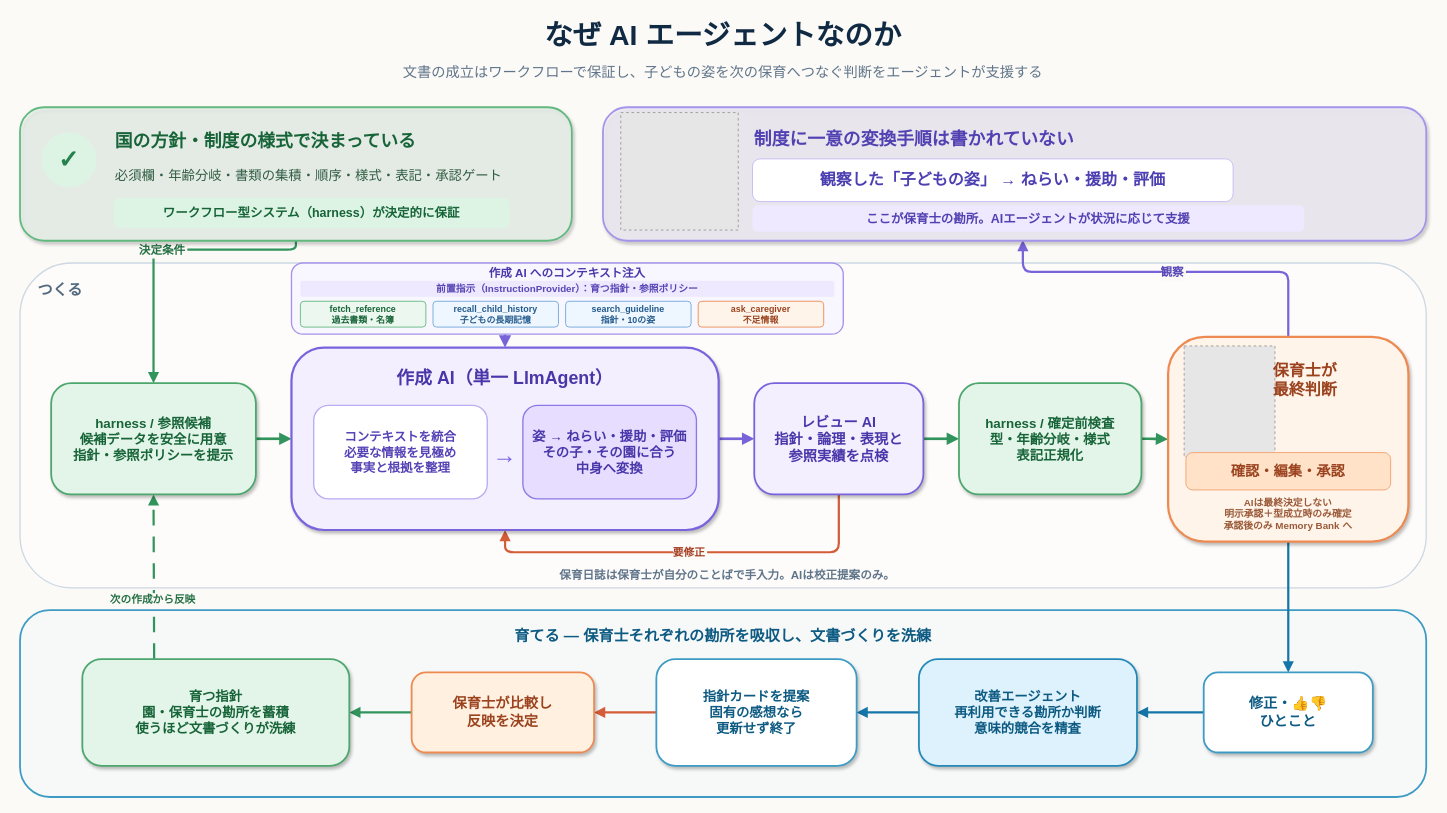
The draw.io diagram docs/agent-workflow.drawio in soichiGogo/hoiku-agent, before the edit. Source tidied: cells renumbered, new cells numbered last; positions are measured from the earlier drawing's top-left corner, leaving out a move shared by most shapes. Both pictures are drawn from the tidied source at 89%, with x=0, y=0 at pixel (20, 15). Pictures stored in the file or linked from it are replaced by grey dashed boxes.
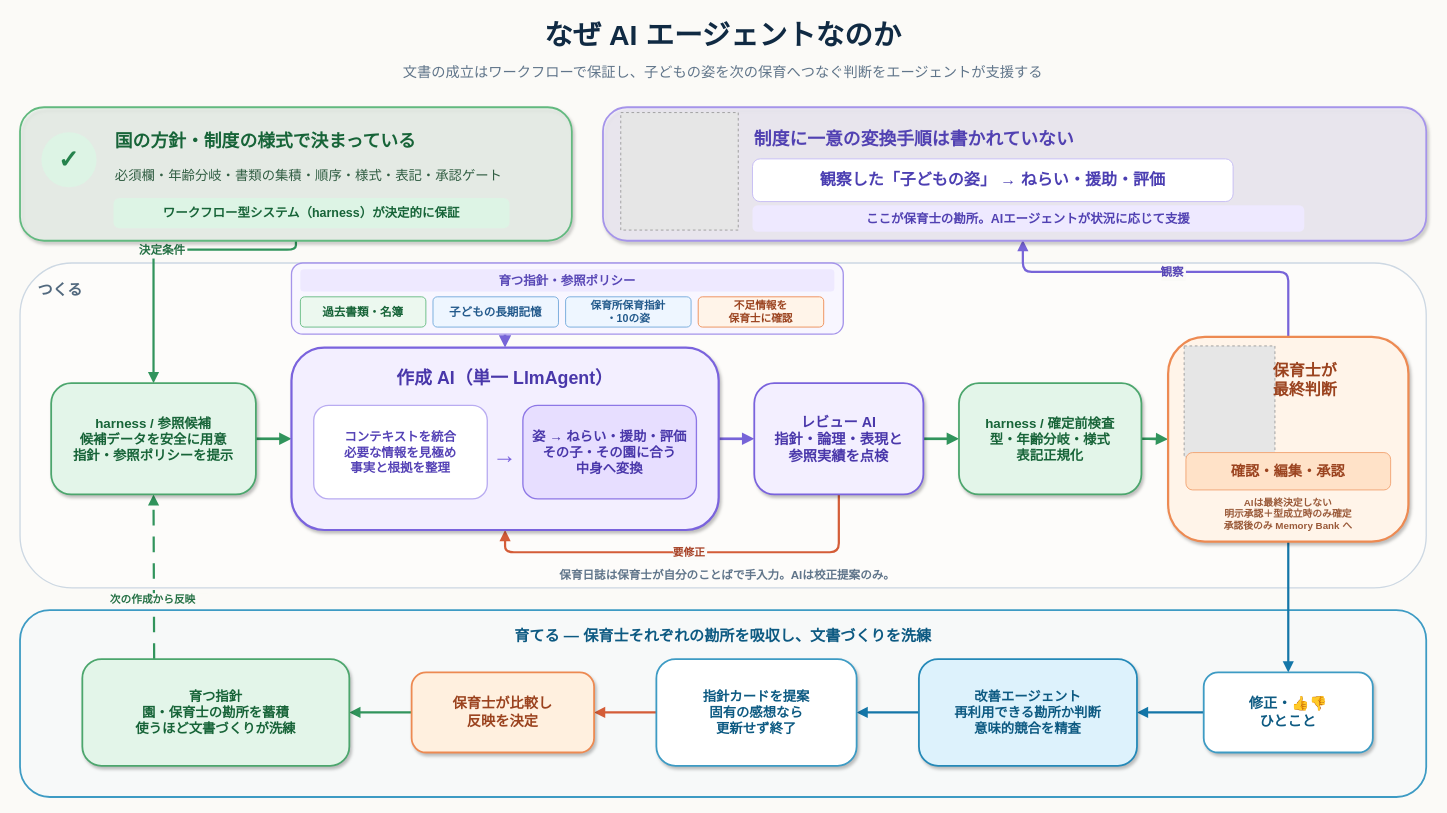
Above is the later version.

Unchanged cells that the change refers to:
```xml
<mxCell id="31" style="rounded=1;whiteSpace=wrap;html=0;fillColor=#F8F6FF;strokeColor=#A594EA;strokeWidth=1.5;arcSize=16;fontFamily=Helvetica;" parent="1" vertex="1">
  <mxGeometry x="305" y="278" width="620" height="80" as="geometry" />
</mxCell>
```

The edit, as a diff of the source:
```diff
@@
-    <mxCell id="32" value="作成 AI へのコンテキスト注入" style="text;html=0;strokeColor=none;fillColor=none;align=center;verticalAlign=middle;whiteSpace=wrap;fontColor=#4937AA;fontSize=13;fontStyle=1;fontFamily=Helvetica;" parent="31" vertex="1">
-      <mxGeometry x="10" y="2" width="600" height="17" as="geometry" />
-    </mxCell>
-    <mxCell id="33" value="前置指示（InstructionProvider）：育つ指針・参照ポリシー" style="rounded=1;whiteSpace=wrap;html=0;fillColor=#EEE9FF;strokeColor=none;arcSize=16;fontColor=#5847B6;fontSize=11;fontStyle=1;fontFamily=Helvetica;" parent="31" vertex="1">
-      <mxGeometry x="10" y="20" width="600" height="18" as="geometry" />
+    <mxCell id="33" value="育つ指針・参照ポリシー" style="rounded=1;whiteSpace=wrap;html=0;fillColor=#EEE9FF;strokeColor=none;arcSize=16;fontColor=#5847B6;fontSize=14;fontStyle=1;fontFamily=Helvetica;" parent="31" vertex="1">
+      <mxGeometry x="10" y="7" width="600" height="25" as="geometry" />
     </mxCell>
-    <mxCell id="34" value="fetch_reference&#10;過去書類・名簿" style="rounded=1;whiteSpace=wrap;html=0;fillColor=#ECF8EF;strokeColor=#62B97F;strokeWidth=1;arcSize=14;fontColor=#176438;fontSize=10;fontStyle=1;fontFamily=Helvetica;" parent="31" vertex="1">
-      <mxGeometry x="10" y="43" width="141" height="29" as="geometry" />
+    <mxCell id="34" value="過去書類・名簿" style="rounded=1;whiteSpace=wrap;html=0;fillColor=#ECF8EF;strokeColor=#62B97F;strokeWidth=1;arcSize=14;fontColor=#176438;fontSize=13;fontStyle=1;fontFamily=Helvetica;" parent="31" vertex="1">
+      <mxGeometry x="10" y="38" width="141" height="34" as="geometry" />
     </mxCell>
-    <mxCell id="35" value="recall_child_history&#10;子どもの長期記憶" style="rounded=1;whiteSpace=wrap;html=0;fillColor=#EEF6FF;strokeColor=#6FA7DA;strokeWidth=1;arcSize=14;fontColor=#235A8C;fontSize=10;fontStyle=1;fontFamily=Helvetica;" parent="31" vertex="1">
-      <mxGeometry x="159" y="43" width="141" height="29" as="geometry" />
+    <mxCell id="35" value="子どもの長期記憶" style="rounded=1;whiteSpace=wrap;html=0;fillColor=#EEF6FF;strokeColor=#6FA7DA;strokeWidth=1;arcSize=14;fontColor=#235A8C;fontSize=13;fontStyle=1;fontFamily=Helvetica;" parent="31" vertex="1">
+      <mxGeometry x="159" y="38" width="141" height="34" as="geometry" />
     </mxCell>
-    <mxCell id="36" value="search_guideline&#10;指針・10の姿" style="rounded=1;whiteSpace=wrap;html=0;fillColor=#EEF6FF;strokeColor=#6FA7DA;strokeWidth=1;arcSize=14;fontColor=#235A8C;fontSize=10;fontStyle=1;fontFamily=Helvetica;" parent="31" vertex="1">
-      <mxGeometry x="308" y="43" width="141" height="29" as="geometry" />
+    <mxCell id="36" value="保育所保育指針&#10;・10の姿" style="rounded=1;whiteSpace=wrap;html=0;fillColor=#EEF6FF;strokeColor=#6FA7DA;strokeWidth=1;arcSize=14;fontColor=#235A8C;fontSize=12;fontStyle=1;fontFamily=Helvetica;" parent="31" vertex="1">
+      <mxGeometry x="308" y="38" width="141" height="34" as="geometry" />
     </mxCell>
-    <mxCell id="37" value="ask_caregiver&#10;不足情報" style="rounded=1;whiteSpace=wrap;html=0;fillColor=#FFF4E9;strokeColor=#ED8A52;strokeWidth=1;arcSize=14;fontColor=#9B431F;fontSize=10;fontStyle=1;fontFamily=Helvetica;" parent="31" vertex="1">
-      <mxGeometry x="457" y="43" width="141" height="29" as="geometry" />
+    <mxCell id="37" value="不足情報を&#10;保育士に確認" style="rounded=1;whiteSpace=wrap;html=0;fillColor=#FFF4E9;strokeColor=#ED8A52;strokeWidth=1;arcSize=14;fontColor=#9B431F;fontSize=12;fontStyle=1;fontFamily=Helvetica;" parent="31" vertex="1">
+      <mxGeometry x="457" y="38" width="141" height="34" as="geometry" />
     </mxCell>
```
